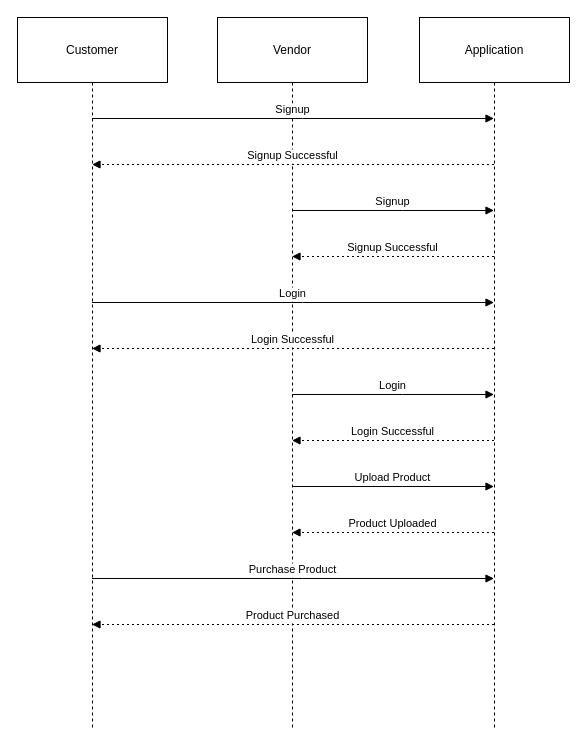
Earlier version of the draw.io diagram lib/sequenceDiagram.drawio (brianmwirigi/vegi_connect). Source tidied: cells renumbered, new cells numbered last; positions are measured from the earlier drawing's top-left corner, leaving out a move shared by most shapes. Both pictures are drawn from the tidied source at 100%, with x=0, y=0 at pixel (17, 17).
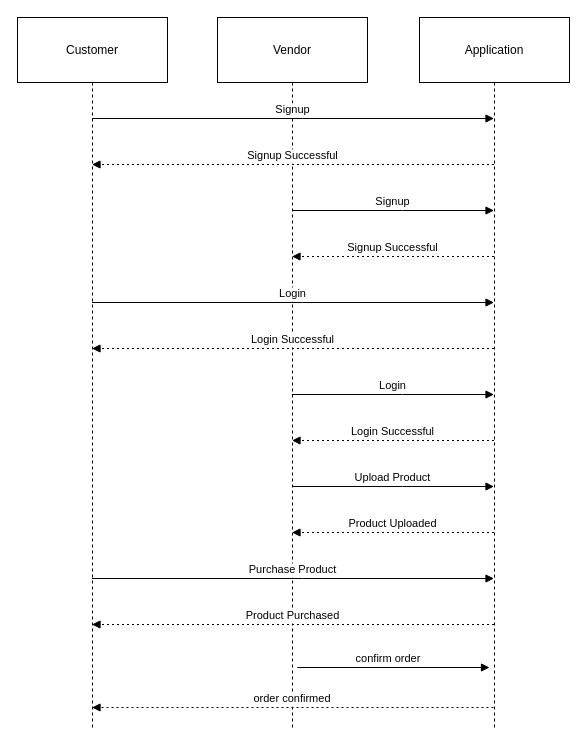
The same page after the edit.

The change refers to these unchanged cells:
```xml
<mxCell id="2" value="Customer" style="shape=umlLifeline;perimeter=lifelinePerimeter;whiteSpace=wrap;outlineConnect=0;portConstraint=eastwest;newEdgeStyle={&quot;edgeStyle&quot;:&quot;elbowEdgeStyle&quot;,&quot;elbow&quot;:&quot;vertical&quot;,&quot;curved&quot;:0,&quot;rounded&quot;:0};size=65;" parent="1" vertex="1">
  <mxGeometry width="150" height="712" as="geometry" />
</mxCell>
```

Diff of the diagram source:
```diff
@@
+    <mxCell id="17" value="confirm order" style="verticalAlign=bottom;endArrow=block;edgeStyle=elbowEdgeStyle;elbow=vertical;curved=0;rounded=0;" parent="1" edge="1">
+      <mxGeometry relative="1" as="geometry">
+        <mxPoint x="290" y="650" as="sourcePoint" />
+        <mxPoint x="472" y="650" as="targetPoint" />
+        <Array as="points">
+          <mxPoint x="280" y="650" />
+        </Array>
+      </mxGeometry>
+    </mxCell>
+    <mxCell id="18" value="order confirmed" style="verticalAlign=bottom;endArrow=block;edgeStyle=elbowEdgeStyle;elbow=vertical;curved=0;rounded=0;dashed=1;dashPattern=2 3;" parent="1" edge="1" target="2">
+      <mxGeometry relative="1" as="geometry">
+        <mxPoint x="476" y="690" as="sourcePoint" />
+        <Array as="points">
+          <mxPoint x="287" y="690" />
+        </Array>
+      </mxGeometry>
+    </mxCell>
```
